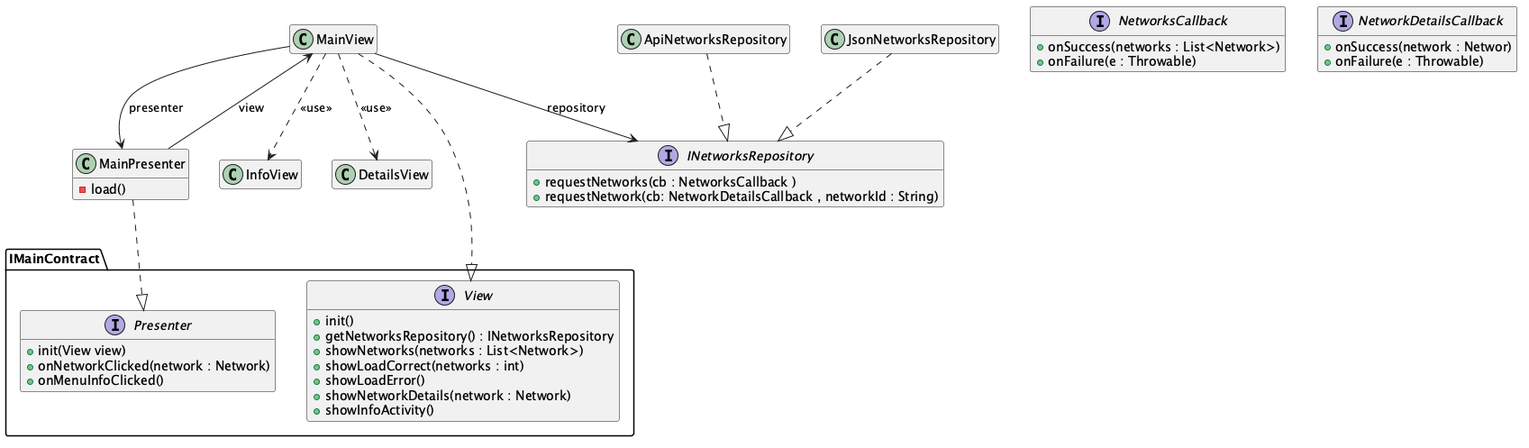
isunican/App-Bicis-Grupo2 keeps this PlantUML diagram as Docs/Models/architecture.png. Above is the earlier version. The source it was exported from:
```plantuml
@startuml architecture

hide empty members

MainView ..|> IMainContract.View
MainPresenter ..|> IMainContract.Presenter
MainView --> INetworksRepository : repository
ApiNetworksRepository ..|> INetworksRepository
JsonNetworksRepository ..|> INetworksRepository
MainView --> MainPresenter : presenter
MainPresenter --> MainView : view
MainView ..> InfoView : <<use>>
MainView ..> DetailsView : <<use>>

class MainView {
}

class MainPresenter {
    -load()
}

class InfoView
class DetailsView
class ApiNetworksRepository
class JsonNetworksRepository

interface IMainContract.View {
    + init()
    + getNetworksRepository() : INetworksRepository
    + showNetworks(networks : List<Network>)
    + showLoadCorrect(networks : int)
    + showLoadError()
    + showNetworkDetails(network : Network)
    + showInfoActivity()
}

interface IMainContract.Presenter {
    + init(View view)
    + onNetworkClicked(network : Network)
    + onMenuInfoClicked()
}

interface INetworksRepository {
    + requestNetworks(cb : NetworksCallback )
    + requestNetwork(cb: NetworkDetailsCallback , networkId : String)
}

interface NetworksCallback {
    + onSuccess(networks : List<Network>)
    + onFailure(e : Throwable)
}

interface NetworkDetailsCallback {
    + onSuccess(network : Networ)
    + onFailure(e : Throwable)
}


@enduml
```
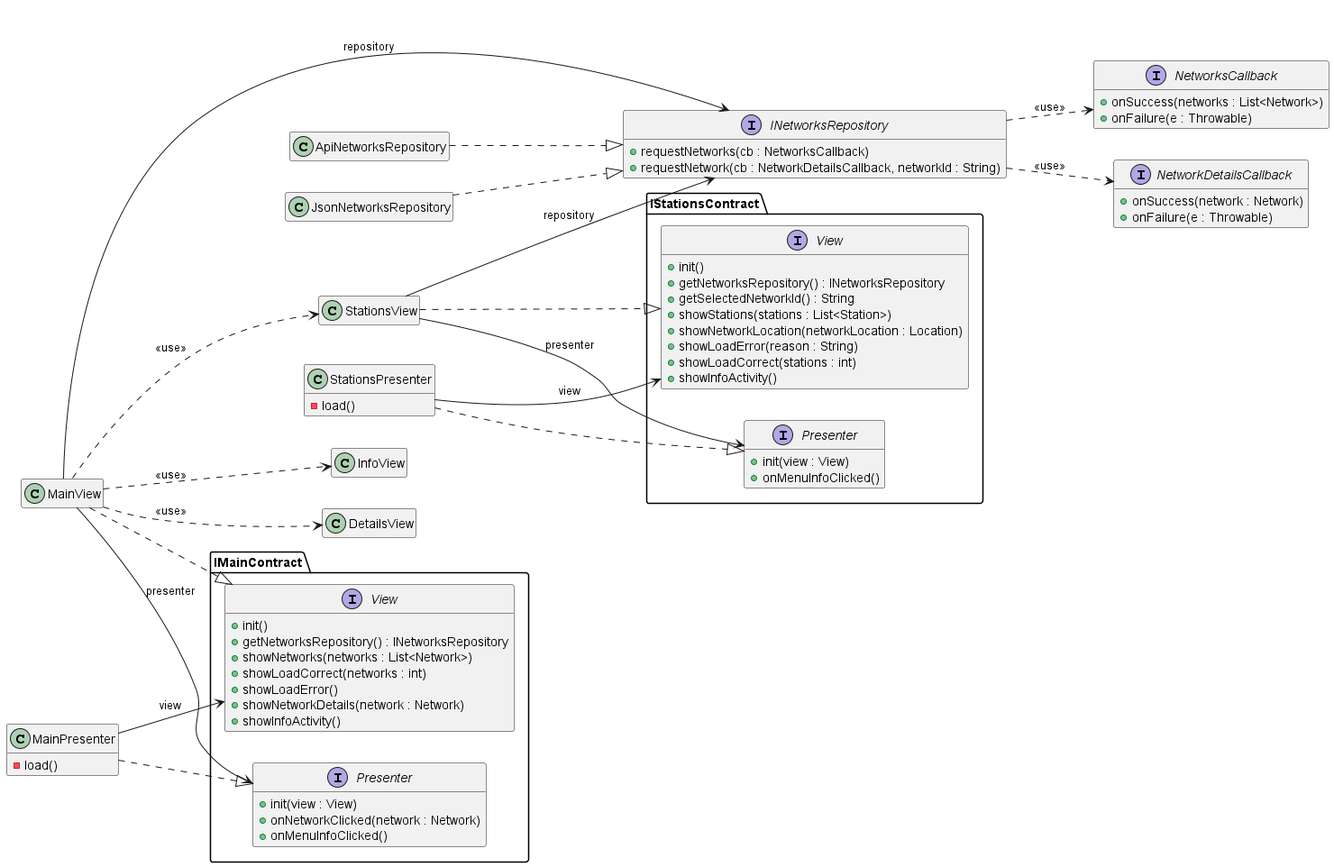
After the commit.

Commit message:
updated domain and architecture UML .png and .puml

The edit, as a diff of the source:
```diff
@@ -1,22 +1,37 @@
 @startuml architecture
 
 hide empty members
+left to right direction
 
 MainView ..|> IMainContract.View
 MainPresenter ..|> IMainContract.Presenter
+MainView --> IMainContract.Presenter : presenter
+MainPresenter --> IMainContract.View : view
 MainView --> INetworksRepository : repository
+
+StationsView ..|> IStationsContract.View
+StationsPresenter ..|> IStationsContract.Presenter
+StationsView --> IStationsContract.Presenter : presenter
+StationsPresenter --> IStationsContract.View : view
+StationsView --> INetworksRepository : repository
+
 ApiNetworksRepository ..|> INetworksRepository
 JsonNetworksRepository ..|> INetworksRepository
-MainView --> MainPresenter : presenter
-MainPresenter --> MainView : view
+
 MainView ..> InfoView : <<use>>
 MainView ..> DetailsView : <<use>>
+MainView ..> StationsView : <<use>>
+INetworksRepository ..> NetworksCallback : <<use>>
+INetworksRepository ..> NetworkDetailsCallback : <<use>>
 
-class MainView {
+class MainView
+class MainPresenter {
+- load()
 }
 
-class MainPresenter {
-    -load()
+class StationsView
+class StationsPresenter {
+- load()
 }
 
 class InfoView
@@ -35,14 +50,30 @@
 }
 
 interface IMainContract.Presenter {
-    + init(View view)
+    + init(view : View)
     + onNetworkClicked(network : Network)
     + onMenuInfoClicked()
 }
 
+interface IStationsContract.View {
+    + init()
+    + getNetworksRepository() : INetworksRepository
+    + getSelectedNetworkId() : String
+    + showStations(stations : List<Station>)
+    + showNetworkLocation(networkLocation : Location)
+    + showLoadError(reason : String)
+    + showLoadCorrect(stations : int)
+    + showInfoActivity()
+}
+
+interface IStationsContract.Presenter {
+    + init(view : View)
+    + onMenuInfoClicked()
+}
+
 interface INetworksRepository {
-    + requestNetworks(cb : NetworksCallback )
-    + requestNetwork(cb: NetworkDetailsCallback , networkId : String)
+    + requestNetworks(cb : NetworksCallback)
+    + requestNetwork(cb : NetworkDetailsCallback, networkId : String)
 }
 
 interface NetworksCallback {
@@ -51,9 +82,8 @@
 }
 
 interface NetworkDetailsCallback {
-    + onSuccess(network : Networ)
+    + onSuccess(network : Network)
     + onFailure(e : Throwable)
 }
 
-
 @enduml
```
